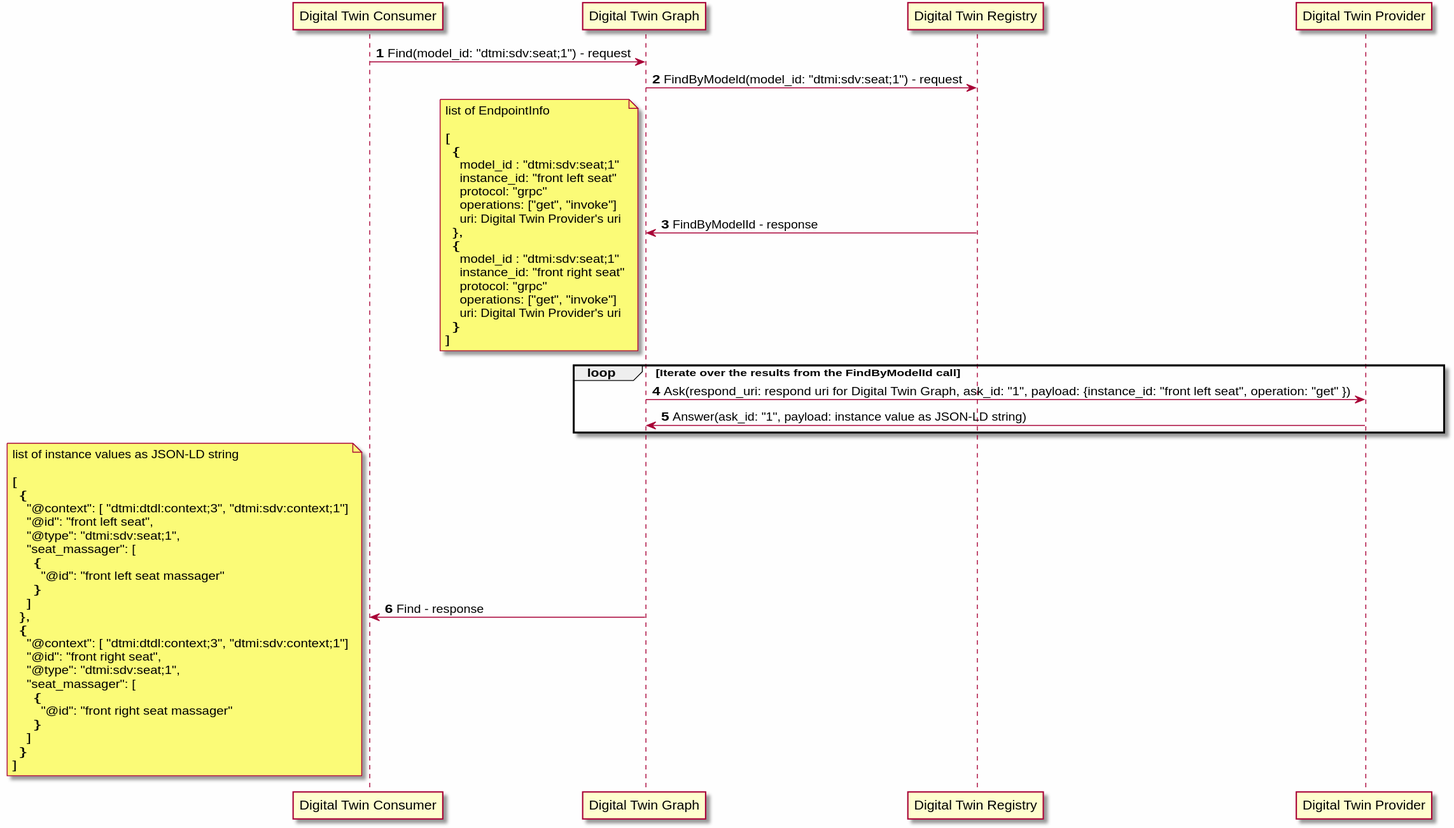
Earlier version of the PlantUML export docs/design/modules/digital_twin_graph/diagrams/find_sequence.svg (eclipse-ibeji/ibeji).
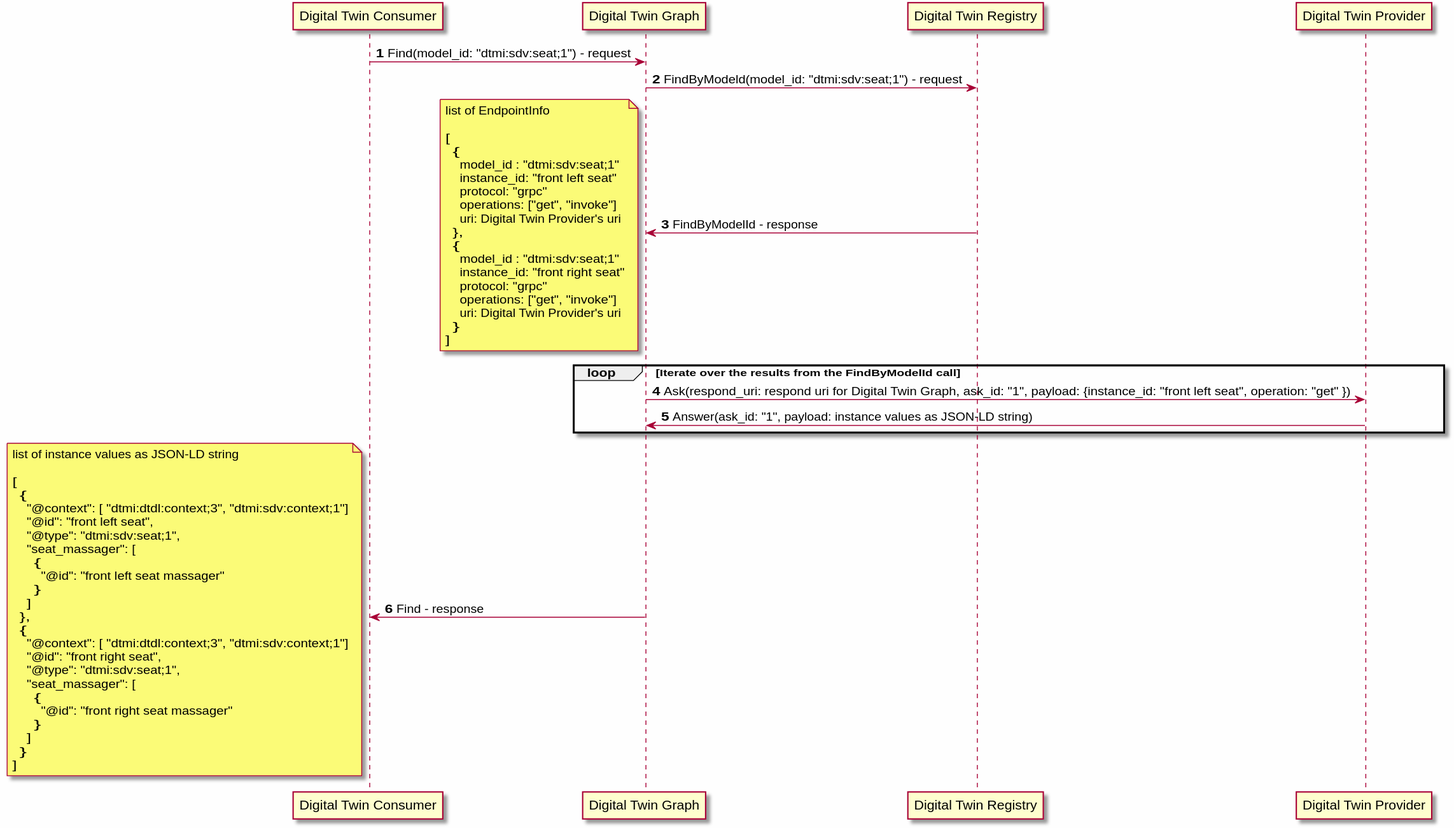
Later version of the same file.

Commit message:
Generate PlantUML Diagrams

What changed in the source:
```diff
@@ -36,7 +36,7 @@
 
 loop Iterate over the results from the FindByModelId call
   DIGITAL_TWIN_GRAPH -> PROVIDER: Ask(respond_uri: respond uri for Digital Twin Graph, ask_id: "1", payload: {instance_id: "front left seat", operation: "get" })
-  DIGITAL_TWIN_GRAPH <- PROVIDER: Answer(ask_id: "1", payload: instance value as JSON-LD string)
+  DIGITAL_TWIN_GRAPH <- PROVIDER: Answer(ask_id: "1", payload: instance values as JSON-LD string)
 end
 
 CONSUMER <- DIGITAL_TWIN_GRAPH: Find - response
```
